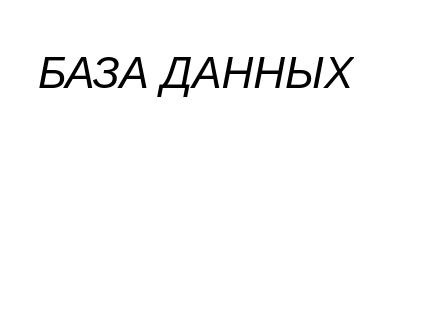
Earlier version of the draw.io diagram page "таски" (3 of 4) of мебкух.drawio (User-cyber-new/mebkuch). Source tidied: cells renumbered, new cells numbered last; positions are measured from the earlier drawing's top-left corner, leaving out a move shared by most shapes. Both pictures are drawn from the tidied source at 200%, with x=0, y=0 at pixel (34, 34).
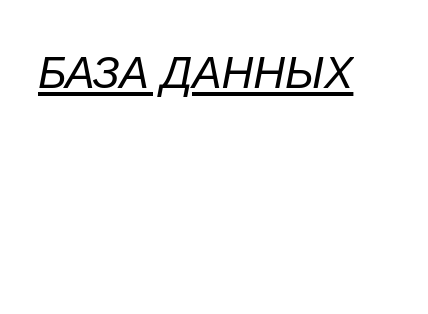
Above is the later version.

Change to the diagram source:
```diff
@@
 <mxGraphModel>
   <root>
     <mxCell id="0" />
     <mxCell id="1" parent="0" />
-    <mxCell id="2" value="&lt;h1 style=&quot;margin-top: 0px;&quot;&gt;&lt;span style=&quot;background-color: light-dark(#ffffff, var(--ge-dark-color, #121212)); color: light-dark(rgb(0, 0, 0), rgb(255, 255, 255)); font-weight: normal;&quot;&gt;&lt;i&gt;БАЗА ДАННЫХ&lt;br&gt;&lt;/i&gt;&lt;/span&gt;&lt;br&gt;&lt;/h1&gt;" style="text;html=1;whiteSpace=wrap;overflow=hidden;rounded=0;fontFamily=Helvetica;fontSize=11;fontColor=default;labelBackgroundColor=default;" parent="1" vertex="1">
+    <mxCell id="2" value="&lt;h1 style=&quot;margin-top: 0px;&quot;&gt;&lt;span style=&quot;background-color: light-dark(#ffffff, var(--ge-dark-color, #121212)); font-weight: normal;&quot;&gt;&lt;i style=&quot;&quot;&gt;&lt;u style=&quot;&quot;&gt;&lt;font style=&quot;color: light-dark(rgb(0, 0, 0), rgb(230, 208, 222));&quot;&gt;БАЗА ДАННЫХ&lt;br&gt;&lt;/font&gt;&lt;/u&gt;&lt;/i&gt;&lt;/span&gt;&lt;br&gt;&lt;/h1&gt;" style="text;html=1;whiteSpace=wrap;overflow=hidden;rounded=0;fontFamily=Helvetica;fontSize=11;fontColor=default;labelBackgroundColor=default;" parent="1" vertex="1">
       <mxGeometry width="180" height="120" as="geometry" />
     </mxCell>
   </root>
 </mxGraphModel>
```
